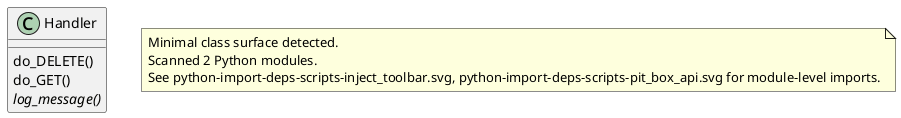
casonk/pit-box keeps this PlantUML diagram as docs/diagrams/python-classes.puml.png. Above is the earlier version. Source of this version:
```plantuml
@startuml classes_pit-box
set namespaceSeparator none
class "Handler" as pit_box_api.Handler {
  do_DELETE()
  do_GET()
  {abstract}log_message()
}
note as archilityPythonSurfaceNote
Minimal class surface detected.
Scanned 2 Python modules.
See python-import-deps-scripts-inject_toolbar.svg, python-import-deps-scripts-pit_box_api.svg for module-level imports.
end note
@enduml
```
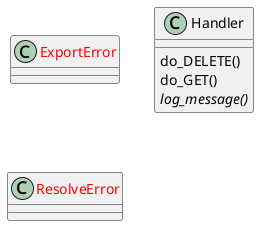
After the change.

Diff of the diagram source:
```diff
@@ -1,13 +1,12 @@
 @startuml classes_pit-box
 set namespaceSeparator none
+class "<color:red>ExportError</color>" as export_remote_desktop_password_to_keepass.ExportError {
+}
 class "Handler" as pit_box_api.Handler {
   do_DELETE()
   do_GET()
   {abstract}log_message()
 }
-note as archilityPythonSurfaceNote
-Minimal class surface detected.
-Scanned 2 Python modules.
-See python-import-deps-scripts-inject_toolbar.svg, python-import-deps-scripts-pit_box_api.svg for module-level imports.
-end note
+class "<color:red>ResolveError</color>" as resolve_remote_desktop_password.ResolveError {
+}
 @enduml
```
